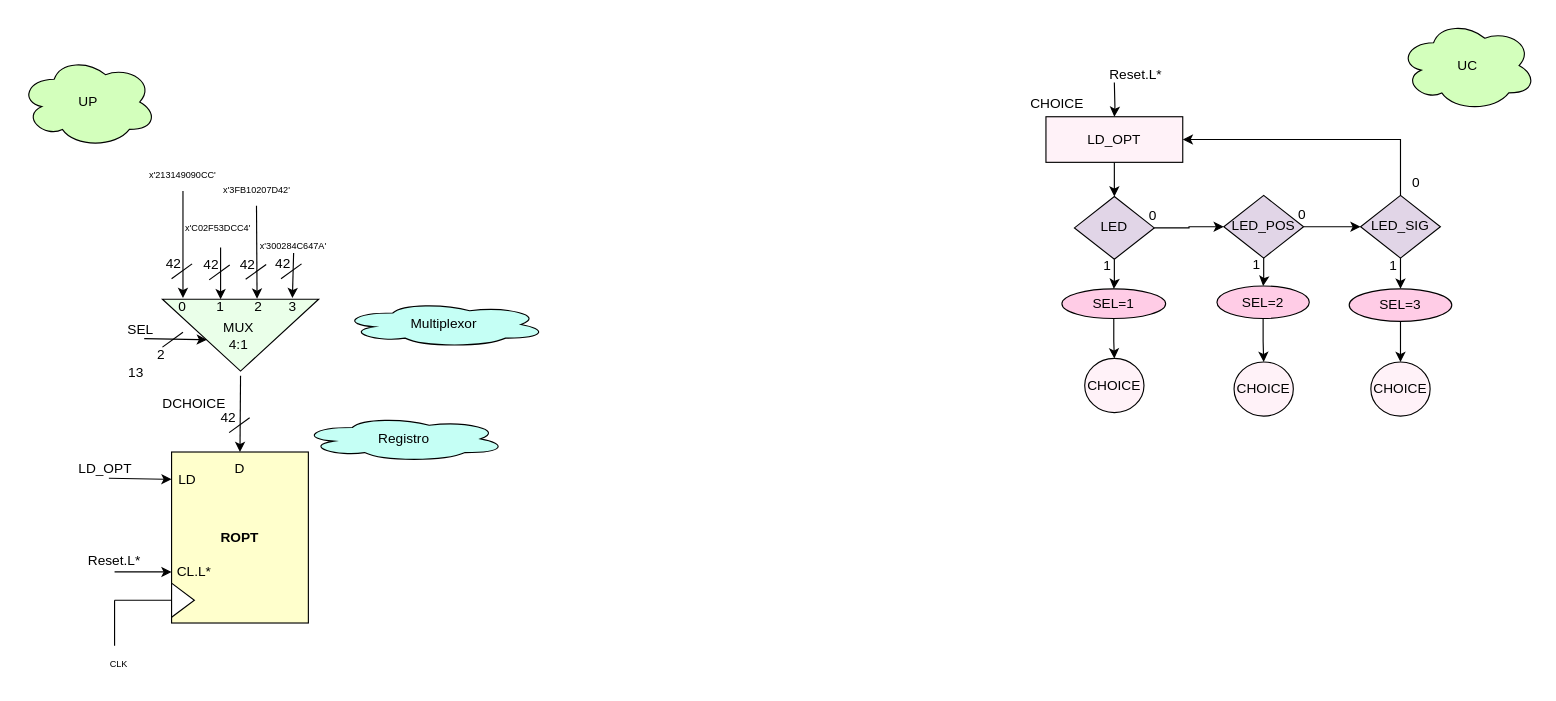
Earlier version of the draw.io diagram Grupo-C4/Proyecto/Documentación/DISPLAY.drawio (AlexAgustin/Grupo-C4). Source tidied: cells renumbered, new cells numbered last; positions are measured from the earlier drawing's top-left corner, leaving out a move shared by most shapes. Both pictures are drawn from the tidied source at 114%, with x=0, y=0 at pixel (19, 19).
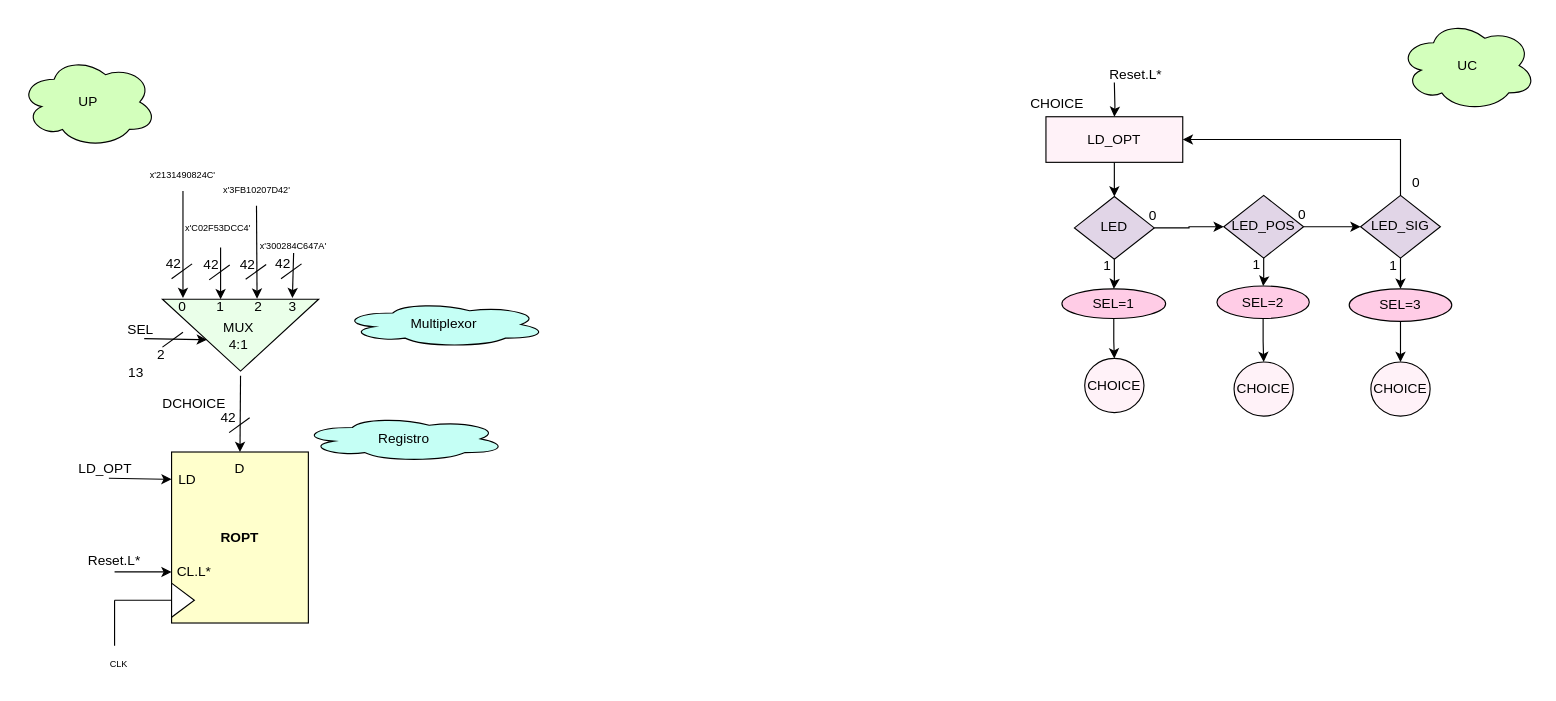
Above is the later version.

What changed in the source:
```diff
@@
-    <mxCell id="48" value="&lt;font style=&quot;font-size: 8px;&quot;&gt;x'213149090CC'&lt;/font&gt;" style="text;html=1;strokeColor=none;fillColor=none;align=center;verticalAlign=middle;whiteSpace=wrap;rounded=0;" parent="1" vertex="1">
+    <mxCell id="48" value="&lt;font style=&quot;font-size: 8px;&quot;&gt;x'&lt;/font&gt;&lt;font style=&quot;font-size: 8px;&quot;&gt;2131490824C&lt;/font&gt;&lt;font style=&quot;font-size: 8px;&quot;&gt;'&lt;/font&gt;" style="text;html=1;strokeColor=none;fillColor=none;align=center;verticalAlign=middle;whiteSpace=wrap;rounded=0;" parent="1" vertex="1">
       <mxGeometry x="113" y="120" width="60" height="30" as="geometry" />
     </mxCell>
```
